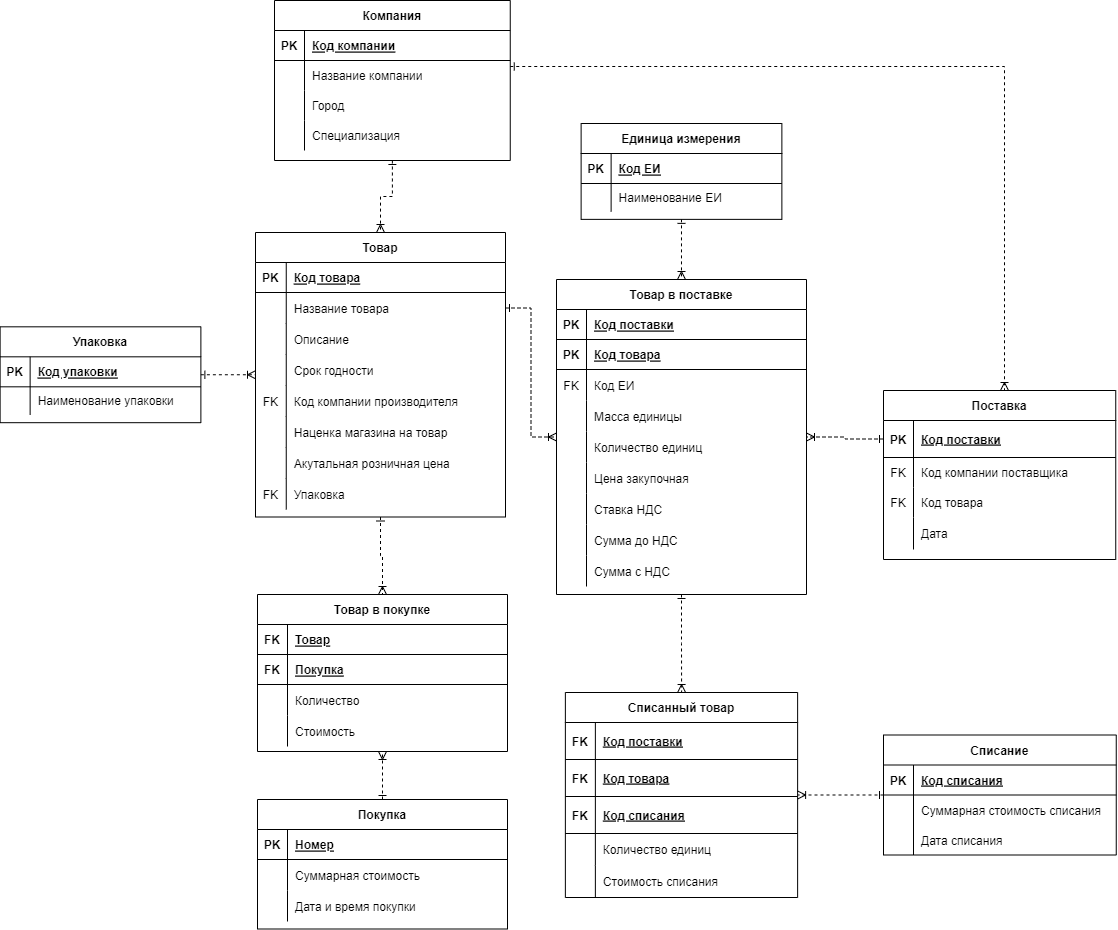
This is КР_БД/БДКУРС.drawio.png from kuskas112/Labs, a draw.io export, as it was before one commit. Source tidied: cells renumbered, new cells last; positions are measured from the earlier drawing's top-left corner, leaving out a move shared by most shapes.
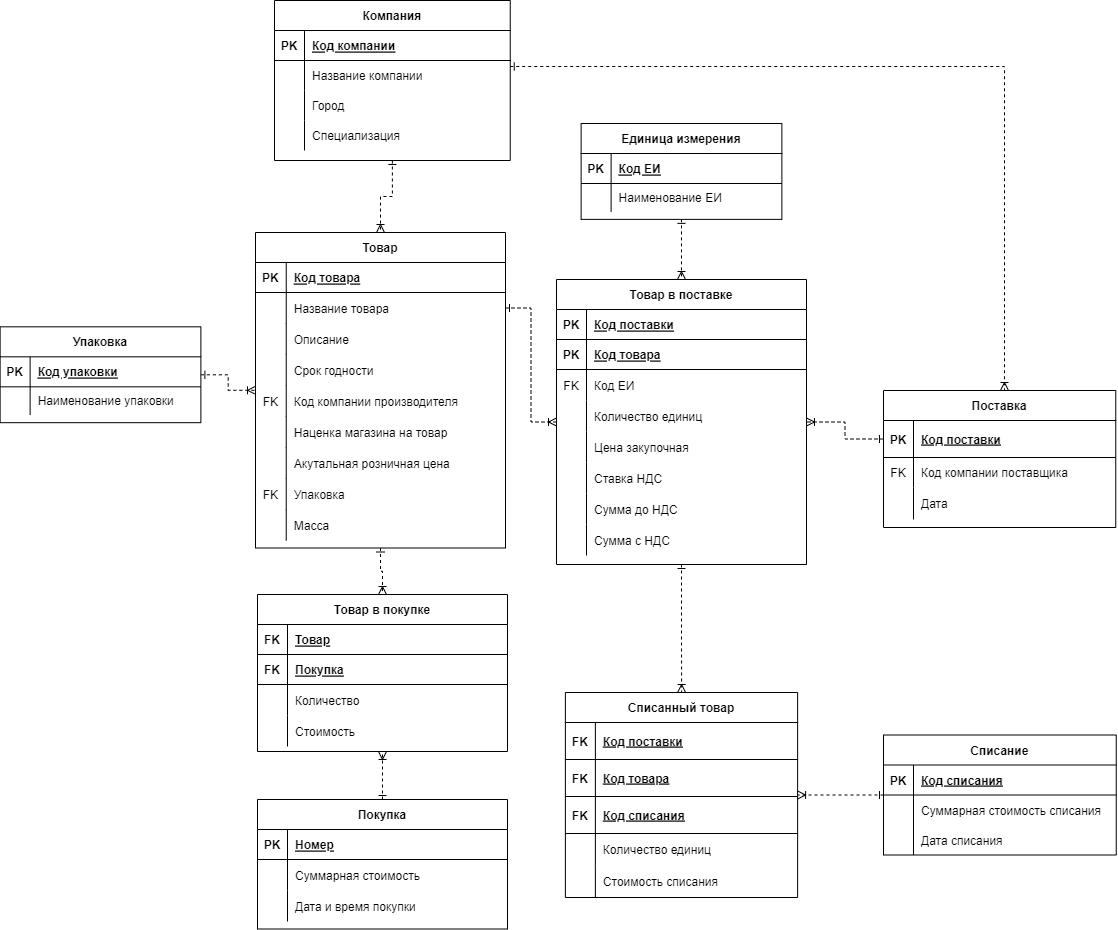
After the change.

The edit, as a diff of the source:
```diff
@@ -55,7 +55,7 @@
       <mxGeometry relative="1" as="geometry" />
     </mxCell>
     <mxCell id="18" value="Товар" style="shape=table;startSize=30;rowLines=0;fontStyle=1;align=center;" parent="1" vertex="1">
-      <mxGeometry x="255" y="232" width="250" height="284.5" as="geometry" />
+      <mxGeometry x="255" y="232" width="250" height="315.5" as="geometry" />
     </mxCell>
     <mxCell id="19" style="shape=partialRectangle;fillColor=none;top=0;left=0;right=0;bottom=1;" parent="18" vertex="1">
       <mxGeometry y="30" width="250" height="30" as="geometry" />
@@ -129,8 +129,17 @@
     <mxCell id="42" value="Упаковка" style="shape=partialRectangle;overflow=hidden;fillColor=none;top=0;left=0;bottom=0;right=0;align=left;spacingLeft=6;" parent="40" vertex="1">
       <mxGeometry x="30.8" width="219.2" height="31" as="geometry" />
     </mxCell>
+    <mxCell id="154" style="shape=partialRectangle;fillColor=none;top=0;left=0;right=0;bottom=0;" parent="18" vertex="1">
+      <mxGeometry y="277" width="250" height="31" as="geometry" />
+    </mxCell>
+    <mxCell id="155" style="shape=partialRectangle;overflow=hidden;fillColor=none;top=0;left=0;bottom=0;right=0;" parent="154" vertex="1">
+      <mxGeometry width="30.8" height="31" as="geometry" />
+    </mxCell>
+    <mxCell id="156" value="Масса" style="shape=partialRectangle;overflow=hidden;fillColor=none;top=0;left=0;bottom=0;right=0;align=left;spacingLeft=6;" parent="154" vertex="1">
+      <mxGeometry x="30.8" width="219.2" height="31" as="geometry" />
+    </mxCell>
     <mxCell id="43" value="Поставка" style="shape=table;startSize=30;rowLines=0;fontStyle=1;align=center;" parent="1" vertex="1">
-      <mxGeometry x="883" y="390" width="232.2" height="169" as="geometry" />
+      <mxGeometry x="883" y="390" width="232.2" height="137" as="geometry" />
     </mxCell>
     <mxCell id="44" style="shape=partialRectangle;fillColor=none;points=[[0,0.5],[1,0.5]];portConstraint=eastwest;top=0;left=0;right=0;bottom=1;" parent="43" vertex="1">
       <mxGeometry y="30" width="232.2" height="37" as="geometry" />
@@ -150,17 +159,8 @@
     <mxCell id="49" value="Код компании поставщика" style="shape=partialRectangle;overflow=hidden;fillColor=none;top=0;left=0;bottom=0;right=0;align=left;spacingLeft=6;" parent="47" vertex="1">
       <mxGeometry x="30" width="202.2" height="30" as="geometry" />
     </mxCell>
-    <mxCell id="50" style="shape=partialRectangle;fillColor=none;top=0;left=0;right=0;bottom=0;" parent="43" vertex="1">
-      <mxGeometry y="97" width="232.2" height="30" as="geometry" />
-    </mxCell>
-    <mxCell id="51" value="FK" style="shape=partialRectangle;overflow=hidden;fillColor=none;top=0;left=0;bottom=0;right=0;" parent="50" vertex="1">
-      <mxGeometry width="30" height="30" as="geometry" />
-    </mxCell>
-    <mxCell id="52" value="Код товара" style="shape=partialRectangle;overflow=hidden;fillColor=none;top=0;left=0;bottom=0;right=0;align=left;spacingLeft=6;" parent="50" vertex="1">
-      <mxGeometry x="30" width="202.2" height="30" as="geometry" />
-    </mxCell>
     <mxCell id="53" style="shape=partialRectangle;fillColor=none;top=0;left=0;right=0;bottom=0;" parent="43" vertex="1">
-      <mxGeometry y="127" width="232.2" height="32" as="geometry" />
+      <mxGeometry y="97" width="232.2" height="32" as="geometry" />
     </mxCell>
     <mxCell id="54" style="shape=partialRectangle;overflow=hidden;fillColor=none;top=0;left=0;bottom=0;right=0;" parent="53" vertex="1">
       <mxGeometry width="30" height="32" as="geometry" />
@@ -286,7 +286,7 @@
       <mxGeometry relative="1" as="geometry" />
     </mxCell>
     <mxCell id="95" value="Товар в поставке" style="shape=table;startSize=30;rowLines=0;fontStyle=1;align=center;" parent="1" vertex="1">
-      <mxGeometry x="556" y="279" width="250" height="315" as="geometry" />
+      <mxGeometry x="556" y="279" width="250" height="285" as="geometry" />
     </mxCell>
     <mxCell id="96" style="shape=partialRectangle;fillColor=none;top=0;left=0;right=0;bottom=1;" parent="95" vertex="1">
       <mxGeometry y="30" width="250" height="30" as="geometry" />
@@ -315,17 +315,8 @@
     <mxCell id="104" value="Код ЕИ" style="shape=partialRectangle;overflow=hidden;fillColor=none;top=0;left=0;bottom=0;right=0;align=left;spacingLeft=6;" parent="102" vertex="1">
       <mxGeometry x="30" width="220" height="31" as="geometry" />
     </mxCell>
-    <mxCell id="105" style="shape=partialRectangle;fillColor=none;top=0;left=0;right=0;bottom=0;" parent="95" vertex="1">
-      <mxGeometry y="121" width="250" height="31" as="geometry" />
-    </mxCell>
-    <mxCell id="106" style="shape=partialRectangle;overflow=hidden;fillColor=none;top=0;left=0;bottom=0;right=0;" parent="105" vertex="1">
-      <mxGeometry width="30" height="31" as="geometry" />
-    </mxCell>
-    <mxCell id="107" value="Масса единицы" style="shape=partialRectangle;overflow=hidden;fillColor=none;top=0;left=0;bottom=0;right=0;align=left;spacingLeft=6;" parent="105" vertex="1">
-      <mxGeometry x="30" width="220" height="31" as="geometry" />
-    </mxCell>
     <mxCell id="108" style="shape=partialRectangle;fillColor=none;top=0;left=0;right=0;bottom=0;" parent="95" vertex="1">
-      <mxGeometry y="152" width="250" height="31" as="geometry" />
+      <mxGeometry y="121" width="250" height="31" as="geometry" />
     </mxCell>
     <mxCell id="109" style="shape=partialRectangle;overflow=hidden;fillColor=none;top=0;left=0;bottom=0;right=0;" parent="108" vertex="1">
       <mxGeometry width="30" height="31" as="geometry" />
@@ -334,7 +325,7 @@
       <mxGeometry x="30" width="220" height="31" as="geometry" />
     </mxCell>
     <mxCell id="111" style="shape=partialRectangle;fillColor=none;top=0;left=0;right=0;bottom=0;" parent="95" vertex="1">
-      <mxGeometry y="183" width="250" height="31" as="geometry" />
+      <mxGeometry y="152" width="250" height="31" as="geometry" />
     </mxCell>
     <mxCell id="112" style="shape=partialRectangle;overflow=hidden;fillColor=none;top=0;left=0;bottom=0;right=0;" parent="111" vertex="1">
       <mxGeometry width="30" height="31" as="geometry" />
@@ -343,7 +334,7 @@
       <mxGeometry x="30" width="220" height="31" as="geometry" />
     </mxCell>
     <mxCell id="114" style="shape=partialRectangle;fillColor=none;top=0;left=0;right=0;bottom=0;" parent="95" vertex="1">
-      <mxGeometry y="214" width="250" height="31" as="geometry" />
+      <mxGeometry y="183" width="250" height="31" as="geometry" />
     </mxCell>
     <mxCell id="115" style="shape=partialRectangle;overflow=hidden;fillColor=none;top=0;left=0;bottom=0;right=0;" parent="114" vertex="1">
       <mxGeometry width="30" height="31" as="geometry" />
@@ -352,7 +343,7 @@
       <mxGeometry x="30" width="220" height="31" as="geometry" />
     </mxCell>
     <mxCell id="117" style="shape=partialRectangle;fillColor=none;top=0;left=0;right=0;bottom=0;" parent="95" vertex="1">
-      <mxGeometry y="245" width="250" height="31" as="geometry" />
+      <mxGeometry y="214" width="250" height="31" as="geometry" />
     </mxCell>
     <mxCell id="118" style="shape=partialRectangle;overflow=hidden;fillColor=none;top=0;left=0;bottom=0;right=0;" parent="117" vertex="1">
       <mxGeometry width="30" height="31" as="geometry" />
@@ -361,7 +352,7 @@
       <mxGeometry x="30" width="220" height="31" as="geometry" />
     </mxCell>
     <mxCell id="120" style="shape=partialRectangle;fillColor=none;top=0;left=0;right=0;bottom=0;" parent="95" vertex="1">
-      <mxGeometry y="276" width="250" height="31" as="geometry" />
+      <mxGeometry y="245" width="250" height="31" as="geometry" />
     </mxCell>
     <mxCell id="121" style="shape=partialRectangle;overflow=hidden;fillColor=none;top=0;left=0;bottom=0;right=0;" parent="120" vertex="1">
       <mxGeometry width="30" height="31" as="geometry" />
```
